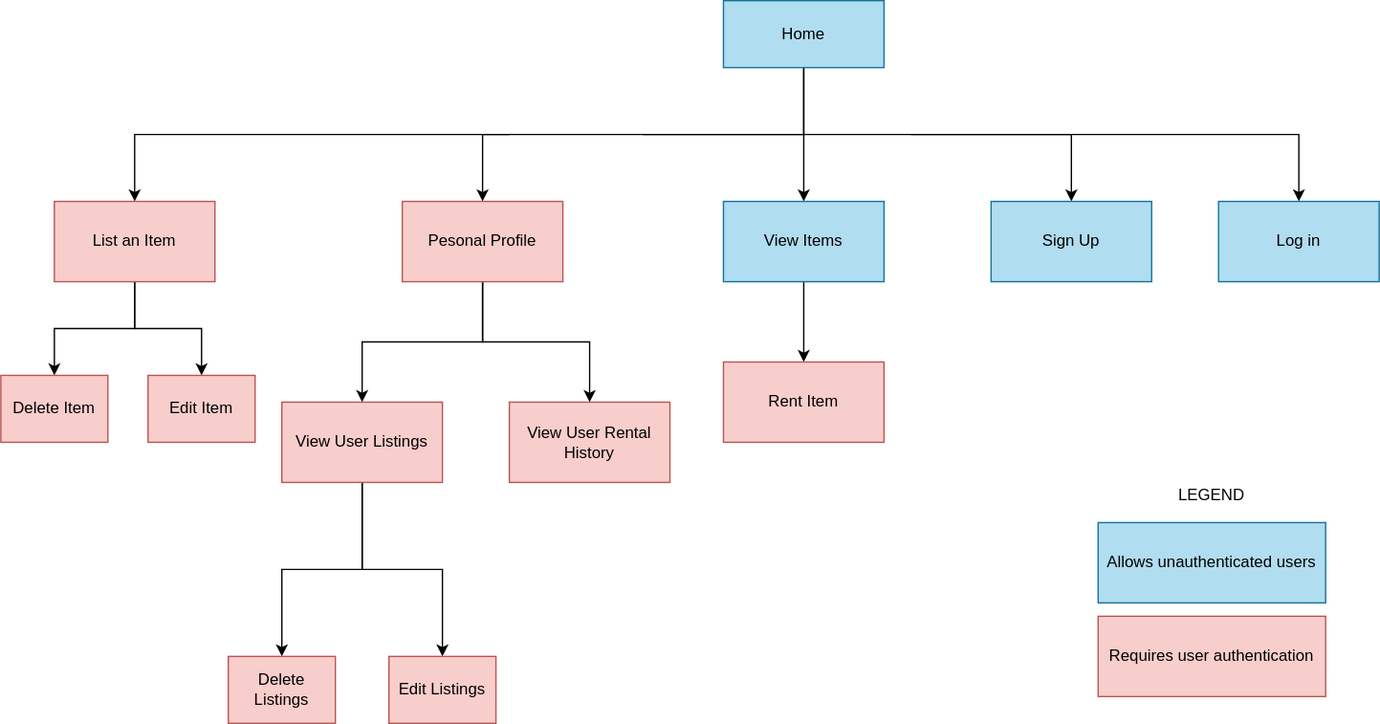
DamonJohnson/flint_marketplace keeps this draw.io diagram as docs/Site-map.svg. Above is the earlier version. Source tidied: cells renumbered, new cells last; positions are measured from the earlier drawing's top-left corner, leaving out a move shared by most shapes.
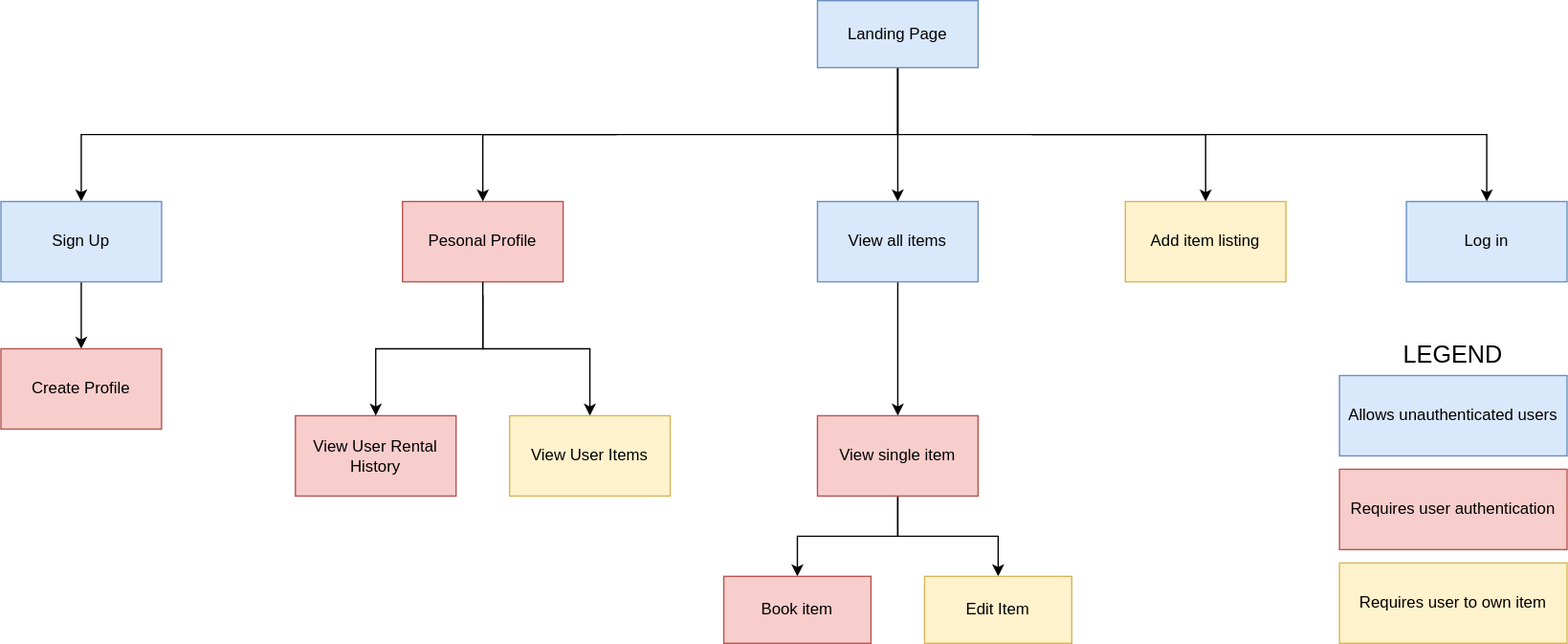
The same file after the commit.

What changed in the source:
```diff
@@ -2,26 +2,19 @@
   <root>
     <mxCell id="0" />
     <mxCell id="1" parent="0" />
-    <mxCell id="2" style="edgeStyle=orthogonalEdgeStyle;rounded=0;orthogonalLoop=1;jettySize=auto;html=1;entryX=0.5;entryY=0;entryDx=0;entryDy=0;" parent="1" edge="1">
+    <mxCell id="2" style="edgeStyle=orthogonalEdgeStyle;rounded=0;jettySize=auto;html=1;entryX=0.5;entryY=0;entryDx=0;entryDy=0;" parent="1" edge="1" target="26">
       <mxGeometry relative="1" as="geometry">
-        <mxPoint x="380" y="100" as="sourcePoint" />
-        <mxPoint x="100" y="150" as="targetPoint" />
+        <mxPoint x="390" y="100" as="sourcePoint" />
+        <Array as="points">
+          <mxPoint x="-10" y="100" />
+        </Array>
       </mxGeometry>
     </mxCell>
-    <mxCell id="3" style="edgeStyle=orthogonalEdgeStyle;rounded=0;jettySize=auto;html=1;entryX=0.5;entryY=0;entryDx=0;entryDy=0;" parent="1" edge="1" target="26">
-      <mxGeometry relative="1" as="geometry">
-        <mxPoint x="490" y="100" as="sourcePoint" />
-        <Array as="points">
-          <mxPoint x="480" y="100" />
-          <mxPoint x="770" y="100" />
-        </Array>
-      </mxGeometry>
-    </mxCell>
     <mxCell id="4" style="edgeStyle=orthogonalEdgeStyle;rounded=0;jettySize=auto;html=1;entryX=0.5;entryY=0;entryDx=0;entryDy=0;" parent="1" edge="1" source="6" target="13">
       <mxGeometry relative="1" as="geometry">
         <Array as="points">
           <mxPoint x="600" y="100" />
-          <mxPoint x="360" y="100" />
+          <mxPoint x="290" y="100" />
         </Array>
       </mxGeometry>
     </mxCell>
@@ -33,86 +26,105 @@
         </Array>
       </mxGeometry>
     </mxCell>
+    <mxCell id="30" style="edgeStyle=orthogonalEdgeStyle;rounded=0;jettySize=auto;html=1;entryX=0.5;entryY=0;entryDx=0;entryDy=0;" parent="1" edge="1" source="6" target="36">
+      <mxGeometry relative="1" as="geometry">
+        <Array as="points">
+          <mxPoint x="600" y="100" />
+          <mxPoint x="830" y="100" />
+          <mxPoint x="830" y="150" />
+        </Array>
+      </mxGeometry>
+    </mxCell>
-    <mxCell id="6" value="Home" style="rounded=0;whiteSpace=wrap;html=1;fillColor=#b1ddf0;strokeColor=#10739e;" parent="1" vertex="1">
+    <mxCell id="6" value="Landing Page" style="rounded=0;whiteSpace=wrap;html=1;fillColor=#dae8fc;strokeColor=#6c8ebf;" parent="1" vertex="1">
       <mxGeometry x="540" width="120" height="50" as="geometry" />
     </mxCell>
     <mxCell id="7" style="edgeStyle=orthogonalEdgeStyle;rounded=0;jettySize=auto;html=1;" parent="1" edge="1" source="8" target="16">
       <mxGeometry relative="1" as="geometry" />
     </mxCell>
-    <mxCell id="8" value="View Items" style="whiteSpace=wrap;html=1;rounded=0;fillColor=#b1ddf0;strokeColor=#10739e;" parent="1" vertex="1">
+    <mxCell id="8" value="View all items" style="whiteSpace=wrap;html=1;rounded=0;fillColor=#dae8fc;strokeColor=#6c8ebf;" parent="1" vertex="1">
       <mxGeometry x="540" y="150" width="120" height="60" as="geometry" />
     </mxCell>
-    <mxCell id="9" style="edgeStyle=orthogonalEdgeStyle;rounded=0;jettySize=auto;html=1;exitX=0.5;exitY=1;exitDx=0;exitDy=0;" parent="1" edge="1" source="17">
-      <mxGeometry relative="1" as="geometry">
-        <mxPoint x="210" y="490" as="targetPoint" />
-      </mxGeometry>
-    </mxCell>
-    <mxCell id="10" style="edgeStyle=orthogonalEdgeStyle;rounded=0;jettySize=auto;html=1;exitX=0.5;exitY=1;exitDx=0;exitDy=0;" parent="1" edge="1" source="17" target="15">
-      <mxGeometry relative="1" as="geometry" />
-    </mxCell>
-    <mxCell id="11" style="edgeStyle=orthogonalEdgeStyle;rounded=0;jettySize=auto;html=1;" parent="1" edge="1" source="13" target="17">
-      <mxGeometry relative="1" as="geometry" />
-    </mxCell>
-    <mxCell id="12" style="edgeStyle=orthogonalEdgeStyle;rounded=0;jettySize=auto;html=1;entryX=0.5;entryY=0;entryDx=0;entryDy=0;" parent="1" edge="1" source="13" target="23">
-      <mxGeometry relative="1" as="geometry" />
+    <mxCell id="12" style="edgeStyle=orthogonalEdgeStyle;rounded=0;jettySize=auto;html=1;entryX=0.5;entryY=0;entryDx=0;entryDy=0;" parent="1" edge="1" target="17">
+      <mxGeometry relative="1" as="geometry">
+        <mxPoint x="290" y="220" as="sourcePoint" />
+        <Array as="points">
+          <mxPoint x="290" y="260" />
+          <mxPoint x="370" y="260" />
+          <mxPoint x="370" y="310" />
+        </Array>
+      </mxGeometry>
     </mxCell>
     <mxCell id="13" value="Pesonal Profile&lt;br&gt;" style="rounded=0;whiteSpace=wrap;html=1;fillColor=#f8cecc;strokeColor=#b85450;" parent="1" vertex="1">
-      <mxGeometry x="300" y="150" width="120" height="60" as="geometry" />
+      <mxGeometry x="230" y="150" width="120" height="60" as="geometry" />
     </mxCell>
-    <mxCell id="14" value="Delete Listings" style="rounded=0;whiteSpace=wrap;html=1;fillColor=#f8cecc;strokeColor=#b85450;" parent="1" vertex="1">
-      <mxGeometry x="170" y="490" width="80" height="50" as="geometry" />
-    </mxCell>
-    <mxCell id="15" value="Edit Listings" style="rounded=0;whiteSpace=wrap;html=1;fillColor=#f8cecc;strokeColor=#b85450;" parent="1" vertex="1">
-      <mxGeometry x="290" y="490" width="80" height="50" as="geometry" />
-    </mxCell>
+    <mxCell id="31" style="edgeStyle=orthogonalEdgeStyle;rounded=0;jettySize=auto;html=1;" parent="1" edge="1" source="16" target="33">
+      <mxGeometry relative="1" as="geometry" />
+    </mxCell>
+    <mxCell id="32" style="edgeStyle=orthogonalEdgeStyle;rounded=0;jettySize=auto;html=1;entryX=0.5;entryY=0;entryDx=0;entryDy=0;" parent="1" edge="1" source="16" target="21">
+      <mxGeometry relative="1" as="geometry" />
+    </mxCell>
-    <mxCell id="16" value="Rent Item" style="whiteSpace=wrap;html=1;rounded=0;fillColor=#f8cecc;strokeColor=#b85450;" parent="1" vertex="1">
-      <mxGeometry x="540" y="270" width="120" height="60" as="geometry" />
+    <mxCell id="16" value="View single item" style="whiteSpace=wrap;html=1;rounded=0;fillColor=#f8cecc;strokeColor=#b85450;" parent="1" vertex="1">
+      <mxGeometry x="540" y="310" width="120" height="60" as="geometry" />
     </mxCell>
-    <mxCell id="17" value="View User Listings" style="rounded=0;whiteSpace=wrap;html=1;fillColor=#f8cecc;strokeColor=#b85450;" parent="1" vertex="1">
-      <mxGeometry x="210" y="300" width="120" height="60" as="geometry" />
+    <mxCell id="17" value="View User Items" style="rounded=0;whiteSpace=wrap;html=1;fillColor=#fff2cc;strokeColor=#d6b656;" parent="1" vertex="1">
+      <mxGeometry x="310" y="310" width="120" height="60" as="geometry" />
     </mxCell>
-    <mxCell id="18" style="edgeStyle=orthogonalEdgeStyle;rounded=0;jettySize=auto;html=1;exitX=0.5;exitY=1;exitDx=0;exitDy=0;entryX=0.5;entryY=0;entryDx=0;entryDy=0;" parent="1" edge="1" source="22" target="20">
-      <mxGeometry relative="1" as="geometry" />
-    </mxCell>
-    <mxCell id="19" style="edgeStyle=orthogonalEdgeStyle;rounded=0;jettySize=auto;html=1;exitX=0.5;exitY=1;exitDx=0;exitDy=0;entryX=0.5;entryY=0;entryDx=0;entryDy=0;" parent="1" edge="1" source="22" target="21">
-      <mxGeometry relative="1" as="geometry" />
-    </mxCell>
-    <mxCell id="20" value="Delete Item" style="rounded=0;whiteSpace=wrap;html=1;fillColor=#f8cecc;strokeColor=#b85450;" parent="1" vertex="1">
-      <mxGeometry y="280" width="80" height="50" as="geometry" />
-    </mxCell>
-    <mxCell id="21" value="Edit Item" style="rounded=0;whiteSpace=wrap;html=1;fillColor=#f8cecc;strokeColor=#b85450;" parent="1" vertex="1">
-      <mxGeometry x="110" y="280" width="80" height="50" as="geometry" />
-    </mxCell>
-    <mxCell id="22" value="List an Item" style="rounded=0;whiteSpace=wrap;html=1;fillColor=#f8cecc;strokeColor=#b85450;" parent="1" vertex="1">
-      <mxGeometry x="40" y="150" width="120" height="60" as="geometry" />
-    </mxCell>
     <mxCell id="23" value="View User Rental History" style="rounded=0;whiteSpace=wrap;html=1;fillColor=#f8cecc;strokeColor=#b85450;" parent="1" vertex="1">
-      <mxGeometry x="380" y="300" width="120" height="60" as="geometry" />
+      <mxGeometry x="150" y="310" width="120" height="60" as="geometry" />
     </mxCell>
-    <mxCell id="24" value="Allows unauthenticated users" style="whiteSpace=wrap;html=1;rounded=0;fillColor=#b1ddf0;strokeColor=#10739e;" parent="1" vertex="1">
-      <mxGeometry x="820" y="390" width="170" height="60" as="geometry" />
+    <mxCell id="24" value="Allows unauthenticated users" style="whiteSpace=wrap;html=1;rounded=0;fillColor=#dae8fc;strokeColor=#6c8ebf;" parent="1" vertex="1">
+      <mxGeometry x="930" y="280" width="170" height="60" as="geometry" />
     </mxCell>
     <mxCell id="25" value="Requires user authentication" style="whiteSpace=wrap;html=1;rounded=0;fillColor=#f8cecc;strokeColor=#b85450;" parent="1" vertex="1">
-      <mxGeometry x="820" y="460" width="170" height="60" as="geometry" />
+      <mxGeometry x="930" y="350" width="170" height="60" as="geometry" />
     </mxCell>
-    <mxCell id="26" value="Sign Up" style="rounded=0;whiteSpace=wrap;html=1;fillColor=#b1ddf0;strokeColor=#10739e;" parent="1" vertex="1">
-      <mxGeometry x="740" y="150" width="120" height="60" as="geometry" />
-    </mxCell>
-    <mxCell id="27" value="Log in" style="rounded=0;whiteSpace=wrap;html=1;fillColor=#b1ddf0;strokeColor=#10739e;" parent="1" vertex="1">
-      <mxGeometry x="910" y="150" width="120" height="60" as="geometry" />
+    <mxCell id="27" value="Log in" style="rounded=0;whiteSpace=wrap;html=1;fillColor=#dae8fc;strokeColor=#6c8ebf;" parent="1" vertex="1">
+      <mxGeometry x="980" y="150" width="120" height="60" as="geometry" />
     </mxCell>
     <mxCell id="28" style="edgeStyle=orthogonalEdgeStyle;rounded=0;orthogonalLoop=1;jettySize=auto;html=1;entryX=0.5;entryY=0;entryDx=0;entryDy=0;" parent="1" edge="1">
       <mxGeometry relative="1" as="geometry">
-        <mxPoint x="690" y="100" as="sourcePoint" />
-        <mxPoint x="970" y="150" as="targetPoint" />
+        <mxPoint x="700" y="100" as="sourcePoint" />
+        <mxPoint x="1040" y="150" as="targetPoint" />
         <Array as="points">
-          <mxPoint x="680" y="100" />
-          <mxPoint x="970" y="100" />
+          <mxPoint x="1040" y="100" />
         </Array>
       </mxGeometry>
     </mxCell>
-    <mxCell id="29" value="LEGEND" style="rounded=0;whiteSpace=wrap;html=1;fillColor=none;strokeColor=none;" parent="1" vertex="1">
-      <mxGeometry x="845" y="340" width="120" height="60" as="geometry" />
+    <mxCell id="29" value="LEGEND" style="rounded=0;whiteSpace=wrap;html=1;fillColor=none;strokeColor=none;fontSize=18;" parent="1" vertex="1">
+      <mxGeometry x="955" y="235" width="120" height="60" as="geometry" />
     </mxCell>
+    <mxCell id="33" value="Book item" style="whiteSpace=wrap;html=1;rounded=0;fillColor=#f8cecc;strokeColor=#b85450;" parent="1" vertex="1">
+      <mxGeometry x="470" y="430" width="110" height="50" as="geometry" />
+    </mxCell>
+    <mxCell id="21" value="Edit Item" style="whiteSpace=wrap;html=1;rounded=0;fillColor=#fff2cc;strokeColor=#d6b656;" parent="1" vertex="1">
+      <mxGeometry x="620" y="430" width="110" height="50" as="geometry" />
+    </mxCell>
+    <mxCell id="34" value="Requires user to own item" style="whiteSpace=wrap;html=1;rounded=0;fillColor=#fff2cc;strokeColor=#d6b656;" parent="1" vertex="1">
+      <mxGeometry x="930" y="420" width="170" height="60" as="geometry" />
+    </mxCell>
+    <mxCell id="35" style="edgeStyle=orthogonalEdgeStyle;rounded=0;jettySize=auto;html=1;exitX=0.5;exitY=1;exitDx=0;exitDy=0;" parent="1" edge="1" source="13">
+      <mxGeometry relative="1" as="geometry">
+        <mxPoint x="210" y="310" as="targetPoint" />
+        <Array as="points">
+          <mxPoint x="290" y="260" />
+          <mxPoint x="210" y="260" />
+          <mxPoint x="210" y="310" />
+        </Array>
+      </mxGeometry>
+    </mxCell>
+    <mxCell id="36" value="Add item listing" style="rounded=0;whiteSpace=wrap;html=1;fillColor=#fff2cc;strokeColor=#d6b656;" parent="1" vertex="1">
+      <mxGeometry x="770" y="150" width="120" height="60" as="geometry" />
+    </mxCell>
+    <mxCell id="37" style="edgeStyle=orthogonalEdgeStyle;rounded=0;jettySize=auto;html=1;" parent="1" edge="1" source="26">
+      <mxGeometry relative="1" as="geometry">
+        <mxPoint x="-10" y="260" as="targetPoint" />
+      </mxGeometry>
+    </mxCell>
+    <mxCell id="26" value="Sign Up" style="rounded=0;whiteSpace=wrap;html=1;fillColor=#dae8fc;strokeColor=#6c8ebf;" parent="1" vertex="1">
+      <mxGeometry x="-70" y="150" width="120" height="60" as="geometry" />
+    </mxCell>
+    <mxCell id="38" value="Create Profile" style="rounded=0;whiteSpace=wrap;html=1;fillColor=#f8cecc;strokeColor=#b85450;" parent="1" vertex="1">
+      <mxGeometry x="-70" y="260" width="120" height="60" as="geometry" />
+    </mxCell>
   </root>
 </mxGraphModel>
```
